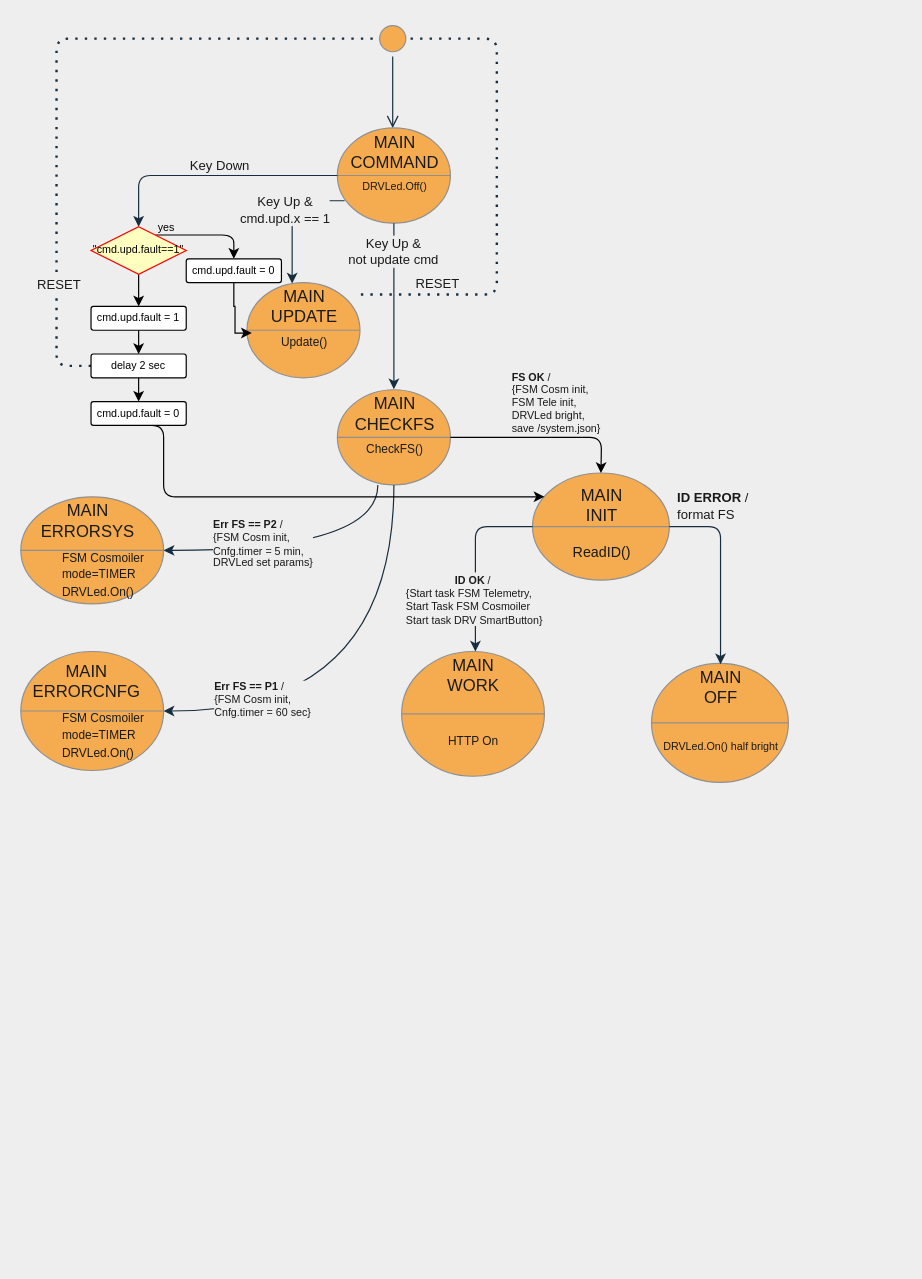
kosmonavtX/Cosmoiler-2.0 keeps this draw.io diagram as page "FSM Main" (2 of 12) of Untitled Diagram.drawio. Above is the earlier version. Source tidied: cells renumbered, new cells numbered last; positions are measured from the earlier drawing's top-left corner, leaving out a move shared by most shapes. Both pictures are drawn from the tidied source at 119%, with x=0, y=0 at pixel (20, 20).
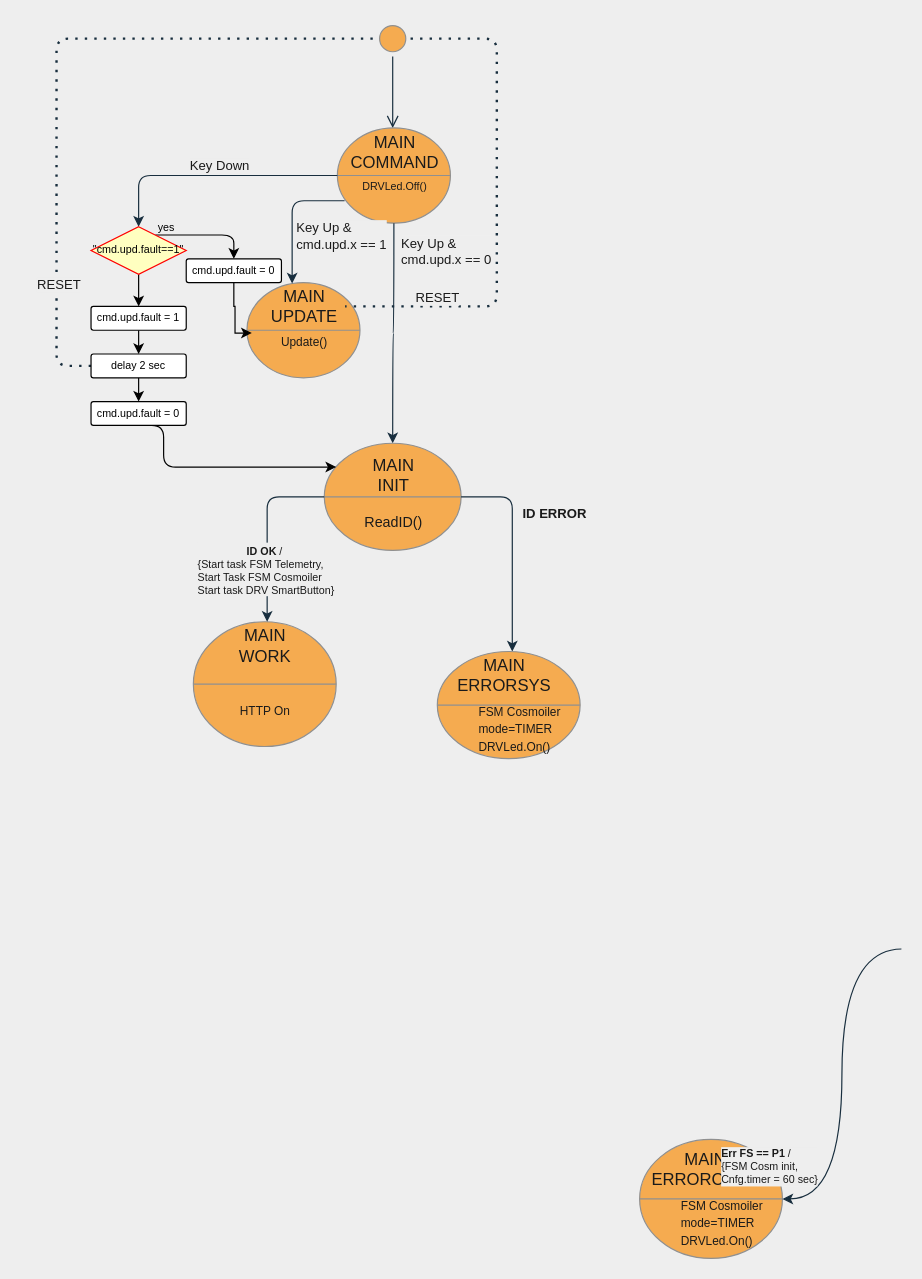
Above is the later version.

The change refers to these unchanged cells:
```xml
<mxCell id="2" style="ellipse;html=1;shape=startState;fillColor=#F5AB50;strokeColor=#909090;fontColor=#1A1A1A;" parent="1" vertex="1">
  <mxGeometry x="297.5" width="30" height="30" as="geometry" />
</mxCell>
<mxCell id="5" style="shape=lineEllipse;perimeter=ellipsePerimeter;whiteSpace=wrap;html=1;backgroundOutline=1;fillColor=#F5AB50;strokeColor=#909090;fontColor=#1A1A1A;" parent="4" vertex="1">
  <mxGeometry width="95" height="80" as="geometry" />
</mxCell>
<mxCell id="12" value="&lt;font style=&quot;font-size: 14px&quot;&gt;MAIN&lt;br&gt;UPDATE&lt;br&gt;&lt;/font&gt;" style="text;html=1;align=center;verticalAlign=middle;points=[];fillColor=none;strokeColor=none;rounded=0;fontColor=#1A1A1A;" parent="10" vertex="1">
  <mxGeometry x="12.5" width="70" height="40" as="geometry" />
</mxCell>
<mxCell id="14" style="edgeStyle=elbowEdgeStyle;rounded=1;jettySize=auto;html=1;exitX=0.064;exitY=0.765;exitDx=0;exitDy=0;exitPerimeter=0;strokeColor=#182E3E;fontColor=#1A1A1A;labelBackgroundColor=#EEEEEE;" parent="1" edge="1" source="5" target="11">
  <mxGeometry relative="1" as="geometry">
    <Array as="points">
      <mxPoint x="228" y="170" />
    </Array>
  </mxGeometry>
</mxCell>
<mxCell id="23" style="shape=lineEllipse;perimeter=ellipsePerimeter;whiteSpace=wrap;html=1;backgroundOutline=1;fillColor=#F5AB50;strokeColor=#909090;fontColor=#1A1A1A;" parent="22" vertex="1">
  <mxGeometry width="115" height="90" as="geometry" />
</mxCell>
<mxCell id="39" style="shape=lineEllipse;perimeter=ellipsePerimeter;whiteSpace=wrap;html=1;backgroundOutline=1;fillColor=#F5AB50;strokeColor=#909090;fontColor=#1A1A1A;" parent="38" vertex="1">
  <mxGeometry width="120" height="90" as="geometry" />
</mxCell>
<mxCell id="40" value="&lt;font style=&quot;font-size: 14px&quot;&gt;MAIN&lt;br&gt;ERRORSYS&lt;br&gt;&lt;/font&gt;" style="text;html=1;align=center;verticalAlign=middle;points=[];fillColor=none;strokeColor=none;rounded=0;fontColor=#1A1A1A;" parent="38" vertex="1">
  <mxGeometry x="10.9" width="90" height="40" as="geometry" />
</mxCell>
<mxCell id="43" style="shape=lineEllipse;perimeter=ellipsePerimeter;whiteSpace=wrap;html=1;backgroundOutline=1;fillColor=#F5AB50;strokeColor=#909090;fontColor=#1A1A1A;" parent="42" vertex="1">
  <mxGeometry width="120" height="100" as="geometry" />
</mxCell>
```

What changed in the source:
```diff
@@
-    <mxCell id="15" value="Key Up &amp;amp; &lt;br&gt;cmd.upd.x == 1" style="edgeLabel;html=1;align=center;verticalAlign=middle;fontColor=#1A1A1A;labelBackgroundColor=#EEEEEE;" parent="14" vertex="1">
+    <mxCell id="15" value="Key Up &amp;amp; &lt;br&gt;cmd.upd.x == 1" style="edgeLabel;html=1;align=left;verticalAlign=middle;fontColor=#1A1A1A;labelBackgroundColor=#EEEEEE;" parent="14" vertex="1">
       <mxGeometry x="-0.09" relative="1" as="geometry">
-        <mxPoint x="-7" y="-1" as="offset" />
+        <mxPoint x="2" y="21" as="offset" />
       </mxGeometry>
     </mxCell>
-    <mxCell id="16" style="group;fontColor=#1A1A1A;" parent="1" vertex="1">
-      <mxGeometry x="266" y="310" width="95" height="80" as="geometry" />
-    </mxCell>
-    <mxCell id="17" style="shape=lineEllipse;perimeter=ellipsePerimeter;whiteSpace=wrap;html=1;backgroundOutline=1;fillColor=#F5AB50;strokeColor=#909090;fontColor=#1A1A1A;" parent="16" vertex="1">
-      <mxGeometry width="95" height="80" as="geometry" />
-    </mxCell>
-    <mxCell id="18" value="&lt;font style=&quot;font-size: 14px&quot;&gt;MAIN&lt;br&gt;CHECKFS&lt;br&gt;&lt;/font&gt;" style="text;html=1;align=center;verticalAlign=middle;points=[];fillColor=none;strokeColor=none;rounded=0;fontColor=#1A1A1A;" parent="16" vertex="1">
-      <mxGeometry x="7.5" width="80" height="40" as="geometry" />
-    </mxCell>
-    <mxCell id="19" value="&lt;font style=&quot;font-size: 10px&quot;&gt;CheckFS()&lt;br&gt;&lt;/font&gt;" style="text;html=1;align=center;verticalAlign=middle;fillColor=none;strokeColor=none;rounded=0;fontColor=#1A1A1A;" parent="16" vertex="1">
-      <mxGeometry x="18" y="40" width="60" height="20" as="geometry" />
-    </mxCell>
-    <mxCell id="20" style="edgeStyle=orthogonalEdgeStyle;rounded=0;jettySize=auto;html=1;entryX=0.5;entryY=-0.008;entryDx=0;entryDy=0;entryPerimeter=0;curved=1;strokeColor=#182E3E;fontColor=#1A1A1A;labelBackgroundColor=#EEEEEE;" parent="1" edge="1" source="5" target="18">
+    <mxCell id="20" style="edgeStyle=orthogonalEdgeStyle;rounded=0;jettySize=auto;html=1;curved=1;strokeColor=#182E3E;fontColor=#1A1A1A;labelBackgroundColor=#EEEEEE;" parent="1" edge="1" source="5" target="23">
       <mxGeometry relative="1" as="geometry" />
     </mxCell>
-    <mxCell id="21" value="Key Up &amp;amp; &lt;br&gt;not update cmd" style="edgeLabel;html=1;align=center;verticalAlign=middle;fontColor=#1A1A1A;labelBackgroundColor=#EEEEEE;" parent="20" vertex="1">
+    <mxCell id="21" value="Key Up &amp;amp; &lt;br&gt;cmd.upd.x == 0" style="edgeLabel;html=1;align=left;verticalAlign=middle;fontColor=#1A1A1A;labelBackgroundColor=#EEEEEE;" parent="20" vertex="1">
       <mxGeometry x="0.13" y="1" relative="1" as="geometry">
-        <mxPoint x="-2" y="-56" as="offset" />
+        <mxPoint x="4" y="-81" as="offset" />
       </mxGeometry>
     </mxCell>
     <mxCell id="22" style="group;fontColor=#1A1A1A;" parent="1" vertex="1">
-      <mxGeometry x="430" y="380" width="127.5" height="100" as="geometry" />
+      <mxGeometry x="255" y="355" width="127.5" height="100" as="geometry" />
     </mxCell>
@@
     <mxCell id="26" style="group;fontColor=#1A1A1A;" parent="1" vertex="1">
-      <mxGeometry x="320" y="530" width="120" height="110" as="geometry" />
+      <mxGeometry x="145" y="505" width="120" height="110" as="geometry" />
     </mxCell>
@@
-    <mxCell id="30" style="group;fontColor=#1A1A1A;" parent="1" vertex="1">
-      <mxGeometry x="540" y="540" width="117.5" height="100" as="geometry" />
-    </mxCell>
-    <mxCell id="31" style="shape=lineEllipse;perimeter=ellipsePerimeter;whiteSpace=wrap;html=1;backgroundOutline=1;fillColor=#F5AB50;strokeColor=#909090;fontColor=#1A1A1A;" parent="30" vertex="1">
-      <mxGeometry x="-10" width="115" height="100" as="geometry" />
-    </mxCell>
-    <mxCell id="32" value="&lt;font style=&quot;font-size: 14px&quot;&gt;MAIN&lt;br&gt;OFF&lt;br&gt;&lt;/font&gt;" style="text;html=1;align=center;verticalAlign=middle;points=[];fillColor=none;strokeColor=none;rounded=0;fontColor=#1A1A1A;" parent="30" vertex="1">
-      <mxGeometry x="22.5" width="50" height="40" as="geometry" />
-    </mxCell>
-    <mxCell id="33" value="&lt;font style=&quot;font-size: 9px&quot;&gt;DRVLed.On() half bright&lt;br style=&quot;font-size: 9px&quot;&gt;&lt;/font&gt;" style="text;html=1;align=center;verticalAlign=middle;fillColor=none;strokeColor=none;rounded=0;shadow=0;fontSize=9;fontColor=#1A1A1A;" parent="30" vertex="1">
-      <mxGeometry x="-7.5" y="60" width="110" height="20" as="geometry" />
-    </mxCell>
     <mxCell id="34" style="edgeStyle=elbowEdgeStyle;rounded=1;jettySize=auto;html=1;strokeColor=#182E3E;fontColor=#1A1A1A;labelBackgroundColor=#EEEEEE;" parent="1" edge="1" source="23">
       <mxGeometry relative="1" as="geometry">
-        <mxPoint x="382" y="530" as="targetPoint" />
+        <mxPoint x="207" y="505" as="targetPoint" />
         <Array as="points">
-          <mxPoint x="382" y="480" />
+          <mxPoint x="207" y="455" />
         </Array>
       </mxGeometry>
     </mxCell>
@@
-    <mxCell id="36" style="edgeStyle=elbowEdgeStyle;rounded=1;jettySize=auto;html=1;entryX=0.506;entryY=0.018;entryDx=0;entryDy=0;entryPerimeter=0;strokeColor=#182E3E;fontColor=#1A1A1A;labelBackgroundColor=#EEEEEE;" parent="1" edge="1" source="23" target="32">
+    <mxCell id="36" style="edgeStyle=elbowEdgeStyle;rounded=1;jettySize=auto;html=1;strokeColor=#182E3E;fontColor=#1A1A1A;labelBackgroundColor=#EEEEEE;" parent="1" edge="1" source="23" target="40">
       <mxGeometry relative="1" as="geometry">
         <Array as="points">
-          <mxPoint x="588" y="480" />
+          <mxPoint x="413" y="455" />
         </Array>
       </mxGeometry>
     </mxCell>
-    <mxCell id="37" value="&lt;b&gt;ID ERROR&lt;/b&gt; / &lt;br&gt;format FS" style="edgeLabel;html=1;align=left;verticalAlign=middle;fontColor=#1A1A1A;labelBackgroundColor=#EEEEEE;" parent="36" vertex="1">
+    <mxCell id="37" value="&lt;b&gt;ID ERROR&lt;/b&gt;" style="edgeLabel;html=1;align=left;verticalAlign=middle;fontColor=#1A1A1A;labelBackgroundColor=#EEEEEE;" parent="36" vertex="1">
       <mxGeometry x="0.38" y="-3" relative="1" as="geometry">
-        <mxPoint x="-35" y="-85" as="offset" />
+        <mxPoint x="10" y="-63" as="offset" />
       </mxGeometry>
     </mxCell>
     <mxCell id="38" style="group;fontColor=#1A1A1A;" parent="1" vertex="1">
-      <mxGeometry y="400" width="120" height="90" as="geometry" />
+      <mxGeometry x="350" y="530" width="120" height="90" as="geometry" />
     </mxCell>
@@
     <mxCell id="42" style="group;fontColor=#1A1A1A;" parent="1" vertex="1">
-      <mxGeometry y="530" width="120" height="100" as="geometry" />
+      <mxGeometry x="520" y="940" width="120" height="100" as="geometry" />
     </mxCell>
@@
-    <mxCell id="46" style="edgeStyle=orthogonalEdgeStyle;rounded=0;jettySize=auto;html=1;entryX=1;entryY=0.5;entryDx=0;entryDy=0;exitX=0.358;exitY=1;exitDx=0;exitDy=0;exitPerimeter=0;curved=1;strokeColor=#182E3E;fontColor=#1A1A1A;labelBackgroundColor=#EEEEEE;" parent="1" edge="1" source="17" target="39">
-      <mxGeometry relative="1" as="geometry" />
-    </mxCell>
-    <mxCell id="47" value="&lt;b style=&quot;font-size: 9px&quot;&gt;Err FS == P2&lt;/b&gt; / &lt;br style=&quot;font-size: 9px&quot;&gt;{FSM Cosm init, &lt;br style=&quot;font-size: 9px&quot;&gt;Cnfg.timer = 5 min,&lt;br style=&quot;font-size: 9px&quot;&gt;DRVLed set params}" style="edgeLabel;html=1;align=left;verticalAlign=middle;fontSize=9;fontColor=#1A1A1A;labelBackgroundColor=#EEEEEE;" parent="46" vertex="1">
-      <mxGeometry x="0.43" y="-2" relative="1" as="geometry">
-        <mxPoint x="-27" y="-4" as="offset" />
-      </mxGeometry>
-    </mxCell>
-    <mxCell id="48" style="edgeStyle=orthogonalEdgeStyle;rounded=0;jettySize=auto;html=1;entryX=1;entryY=0.5;entryDx=0;entryDy=0;exitX=0.5;exitY=1;exitDx=0;exitDy=0;curved=1;strokeColor=#182E3E;fontColor=#1A1A1A;labelBackgroundColor=#EEEEEE;" parent="1" edge="1" source="17" target="43">
-      <mxGeometry relative="1" as="geometry" />
+    <mxCell id="48" style="edgeStyle=orthogonalEdgeStyle;rounded=0;jettySize=auto;html=1;entryX=1;entryY=0.5;entryDx=0;entryDy=0;curved=1;strokeColor=#182E3E;fontColor=#1A1A1A;labelBackgroundColor=#EEEEEE;" parent="1" edge="1" target="43">
+      <mxGeometry relative="1" as="geometry">
+        <mxPoint x="740" y="780" as="sourcePoint" />
+      </mxGeometry>
     </mxCell>
@@
-    <mxCell id="52" style="endArrow=none;dashed=1;html=1;dashPattern=1 3;strokeWidth=2;exitX=1;exitY=0.5;exitDx=0;exitDy=0;edgeStyle=elbowEdgeStyle;strokeColor=#182E3E;fontColor=#1A1A1A;labelBackgroundColor=#EEEEEE;" parent="1" edge="1" source="2">
+    <mxCell id="52" style="endArrow=none;dashed=1;html=1;dashPattern=1 3;strokeWidth=2;exitX=1;exitY=0.5;exitDx=0;exitDy=0;edgeStyle=elbowEdgeStyle;strokeColor=#182E3E;fontColor=#1A1A1A;labelBackgroundColor=#EEEEEE;" parent="1" edge="1" source="2" target="12">
       <mxGeometry relative="1" as="geometry">
-        <mxPoint x="280" y="230" as="targetPoint" />
         <Array as="points">
           <mxPoint x="400" y="120" />
         </Array>
       </mxGeometry>
     </mxCell>
@@
-    <mxCell id="63" style="edgeStyle=elbowEdgeStyle;rounded=1;jumpStyle=none;jettySize=auto;html=1;entryX=1;entryY=0.5;entryDx=0;entryDy=0;fontSize=9;endArrow=none;endFill=0;endSize=6;shadow=0;sketch=0;startArrow=classic;startFill=1;exitX=0.5;exitY=0;exitDx=0;exitDy=0;" parent="1" edge="1" source="23" target="17">
-      <mxGeometry relative="1" as="geometry">
-        <Array as="points">
-          <mxPoint x="488" y="360" />
-        </Array>
-      </mxGeometry>
-    </mxCell>
-    <mxCell id="64" value="&lt;b style=&quot;color: rgb(26 , 26 , 26)&quot;&gt;FS OK&lt;/b&gt;&lt;span style=&quot;color: rgb(26 , 26 , 26)&quot;&gt;&amp;nbsp;/&lt;/span&gt;&lt;br style=&quot;color: rgb(26 , 26 , 26)&quot;&gt;&lt;div style=&quot;color: rgb(26 , 26 , 26)&quot;&gt;{FSM Cosm init,&lt;/div&gt;&lt;span style=&quot;color: rgb(26 , 26 , 26)&quot;&gt;FSM Tele init,&lt;/span&gt;&lt;br style=&quot;color: rgb(26 , 26 , 26)&quot;&gt;&lt;span style=&quot;color: rgb(26 , 26 , 26)&quot;&gt;DRVLed bright,&lt;/span&gt;&lt;br style=&quot;color: rgb(26 , 26 , 26)&quot;&gt;&lt;div&gt;&lt;span style=&quot;color: rgb(26 , 26 , 26)&quot;&gt;save /system.json}&lt;/span&gt;&lt;/div&gt;" style="edgeLabel;html=1;align=left;verticalAlign=middle;fontSize=9;labelBackgroundColor=none;" parent="63" vertex="1">
-      <mxGeometry x="0.17" y="-2" relative="1" as="geometry">
-        <mxPoint x="-16" y="-28" as="offset" />
-      </mxGeometry>
-    </mxCell>
```
